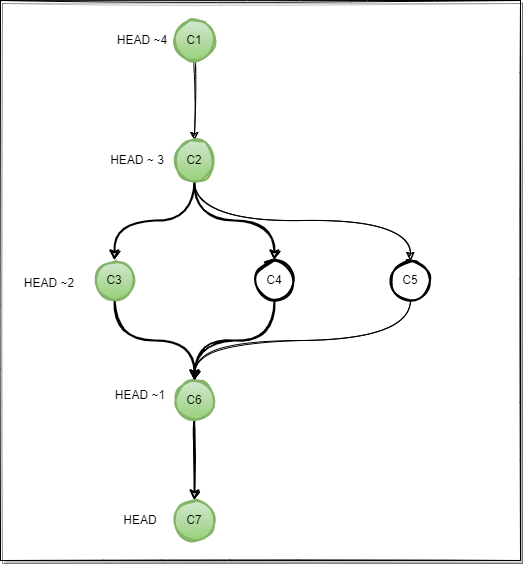
The draw.io diagram Assets/images/git-selectors-tilde.png in braboj/tutorial-git, before a commit. Source tidied: cells renumbered, new cells last; positions are measured from the earlier drawing's top-left corner, leaving out a move shared by most shapes. Source of this version:
```xml
<mxGraphModel>
  <root>
    <mxCell id="0" />
    <mxCell id="1" parent="0" />
    <mxCell id="2" style="whiteSpace=wrap;html=1;shadow=1;fillStyle=auto;sketch=1;" parent="1" vertex="1">
      <mxGeometry width="520" height="560" as="geometry" />
    </mxCell>
    <mxCell id="3" style="edgeStyle=orthogonalEdgeStyle;jettySize=auto;html=1;exitX=0.5;exitY=1;exitDx=0;exitDy=0;sketch=1;curved=1;" parent="1" edge="1" source="15" target="7">
      <mxGeometry relative="1" as="geometry" />
    </mxCell>
    <mxCell id="4" style="edgeStyle=orthogonalEdgeStyle;jettySize=auto;html=1;exitX=0.5;exitY=1;exitDx=0;exitDy=0;entryX=0.5;entryY=0;entryDx=0;entryDy=0;strokeWidth=2;sketch=1;curved=1;" parent="1" edge="1" source="7" target="11">
      <mxGeometry relative="1" as="geometry" />
    </mxCell>
    <mxCell id="5" style="edgeStyle=orthogonalEdgeStyle;jettySize=auto;html=1;entryX=0.5;entryY=0;entryDx=0;entryDy=0;exitX=0.5;exitY=1;exitDx=0;exitDy=0;strokeWidth=2;sketch=1;curved=1;" parent="1" edge="1" source="7" target="9">
      <mxGeometry relative="1" as="geometry" />
    </mxCell>
    <mxCell id="6" style="edgeStyle=orthogonalEdgeStyle;jettySize=auto;html=1;entryX=0.5;entryY=0;entryDx=0;entryDy=0;exitX=0.5;exitY=1;exitDx=0;exitDy=0;sketch=1;curved=1;" parent="1" edge="1" source="7" target="22">
      <mxGeometry relative="1" as="geometry" />
    </mxCell>
    <mxCell id="7" value="C2" style="ellipse;whiteSpace=wrap;html=1;strokeWidth=2;shadow=0;sketch=1;fillColor=#d5e8d4;gradientColor=#97d077;strokeColor=#82b366;" parent="1" vertex="1">
      <mxGeometry x="174" y="140" width="40" height="40" as="geometry" />
    </mxCell>
    <mxCell id="8" style="edgeStyle=orthogonalEdgeStyle;jettySize=auto;html=1;exitX=0.5;exitY=1;exitDx=0;exitDy=0;strokeWidth=2;sketch=1;curved=1;" parent="1" edge="1" source="9" target="13">
      <mxGeometry relative="1" as="geometry" />
    </mxCell>
    <mxCell id="9" value="C3" style="ellipse;whiteSpace=wrap;html=1;strokeWidth=2;sketch=1;fillColor=#d5e8d4;gradientColor=#97d077;strokeColor=#82b366;" parent="1" vertex="1">
      <mxGeometry x="94" y="260" width="40" height="40" as="geometry" />
    </mxCell>
    <mxCell id="10" style="edgeStyle=orthogonalEdgeStyle;jettySize=auto;html=1;exitX=0.5;exitY=1;exitDx=0;exitDy=0;strokeWidth=2;sketch=1;curved=1;" parent="1" edge="1" source="11">
      <mxGeometry relative="1" as="geometry">
        <mxPoint x="194" y="380" as="targetPoint" />
      </mxGeometry>
    </mxCell>
    <mxCell id="11" value="C4" style="ellipse;whiteSpace=wrap;html=1;strokeWidth=2;sketch=1;" parent="1" vertex="1">
      <mxGeometry x="254" y="260" width="40" height="40" as="geometry" />
    </mxCell>
    <mxCell id="12" style="edgeStyle=orthogonalEdgeStyle;jettySize=auto;html=1;strokeWidth=2;sketch=1;curved=1;" parent="1" edge="1" source="13" target="14">
      <mxGeometry relative="1" as="geometry" />
    </mxCell>
    <mxCell id="13" value="C6" style="ellipse;whiteSpace=wrap;html=1;strokeWidth=2;sketch=1;fillColor=#d5e8d4;gradientColor=#97d077;strokeColor=#82b366;" parent="1" vertex="1">
      <mxGeometry x="174" y="380" width="40" height="40" as="geometry" />
    </mxCell>
    <mxCell id="14" value="C7" style="ellipse;whiteSpace=wrap;html=1;strokeWidth=2;sketch=1;fillColor=#d5e8d4;gradientColor=#97d077;strokeColor=#82b366;" parent="1" vertex="1">
      <mxGeometry x="174" y="500" width="40" height="40" as="geometry" />
    </mxCell>
    <mxCell id="15" value="C1" style="ellipse;whiteSpace=wrap;html=1;strokeWidth=2;shadow=0;sketch=1;fillColor=#d5e8d4;gradientColor=#97d077;strokeColor=#82b366;" parent="1" vertex="1">
      <mxGeometry x="174" y="20" width="40" height="40" as="geometry" />
    </mxCell>
    <mxCell id="16" value="HEAD" style="text;html=1;strokeColor=none;fillColor=none;align=center;verticalAlign=middle;whiteSpace=wrap;sketch=1;" parent="1" vertex="1">
      <mxGeometry x="110" y="505" width="60" height="30" as="geometry" />
    </mxCell>
    <mxCell id="17" value="HEAD ~1" style="text;html=1;strokeColor=none;fillColor=none;align=center;verticalAlign=middle;whiteSpace=wrap;sketch=1;" parent="1" vertex="1">
      <mxGeometry x="110" y="380" width="60" height="30" as="geometry" />
    </mxCell>
    <mxCell id="18" value="HEAD ~2" style="text;html=1;strokeColor=none;fillColor=none;align=center;verticalAlign=middle;whiteSpace=wrap;sketch=1;" parent="1" vertex="1">
      <mxGeometry x="4" y="265" width="90" height="35" as="geometry" />
    </mxCell>
    <mxCell id="19" value="HEAD ~ 3" style="text;html=1;strokeColor=none;fillColor=none;align=center;verticalAlign=middle;whiteSpace=wrap;sketch=1;" parent="1" vertex="1">
      <mxGeometry x="100" y="145" width="74" height="30" as="geometry" />
    </mxCell>
    <mxCell id="20" value="HEAD ~4&lt;br&gt;" style="text;html=1;strokeColor=none;fillColor=none;align=center;verticalAlign=middle;whiteSpace=wrap;sketch=1;" parent="1" vertex="1">
      <mxGeometry x="110" y="30" width="64" height="20" as="geometry" />
    </mxCell>
    <mxCell id="21" style="edgeStyle=orthogonalEdgeStyle;jettySize=auto;html=1;entryX=0.5;entryY=0;entryDx=0;entryDy=0;sketch=1;curved=1;" parent="1" edge="1" source="22" target="13">
      <mxGeometry relative="1" as="geometry">
        <Array as="points">
          <mxPoint x="410" y="340" />
          <mxPoint x="194" y="340" />
        </Array>
      </mxGeometry>
    </mxCell>
    <mxCell id="22" value="C5" style="ellipse;whiteSpace=wrap;html=1;strokeWidth=2;sketch=1;" parent="1" vertex="1">
      <mxGeometry x="390" y="260" width="40" height="40" as="geometry" />
    </mxCell>
  </root>
</mxGraphModel>
```
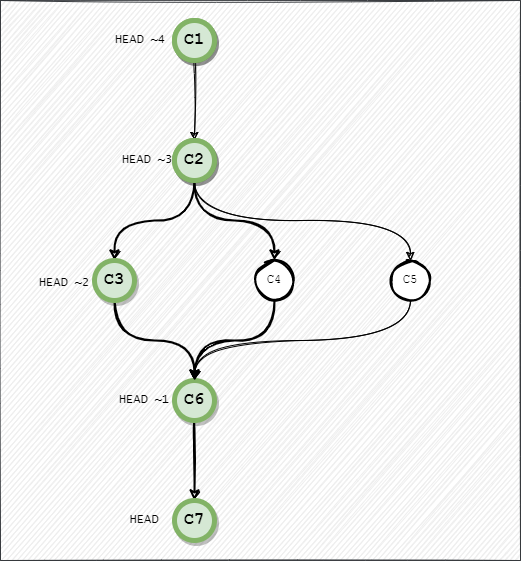
Above is the later version.

What changed in the source:
```diff
@@ -2,7 +2,7 @@
   <root>
     <mxCell id="0" />
     <mxCell id="1" parent="0" />
-    <mxCell id="2" style="whiteSpace=wrap;html=1;shadow=1;fillStyle=auto;sketch=1;" parent="1" vertex="1">
+    <mxCell id="2" style="whiteSpace=wrap;html=1;shadow=0;fillStyle=auto;sketch=1;fillColor=#EEEEEE;strokeColor=#36393d;" parent="1" vertex="1">
       <mxGeometry width="520" height="560" as="geometry" />
     </mxCell>
     <mxCell id="3" style="edgeStyle=orthogonalEdgeStyle;jettySize=auto;html=1;exitX=0.5;exitY=1;exitDx=0;exitDy=0;sketch=1;curved=1;" parent="1" edge="1" source="15" target="7">
@@ -17,13 +17,13 @@
     <mxCell id="6" style="edgeStyle=orthogonalEdgeStyle;jettySize=auto;html=1;entryX=0.5;entryY=0;entryDx=0;entryDy=0;exitX=0.5;exitY=1;exitDx=0;exitDy=0;sketch=1;curved=1;" parent="1" edge="1" source="7" target="22">
       <mxGeometry relative="1" as="geometry" />
     </mxCell>
-    <mxCell id="7" value="C2" style="ellipse;whiteSpace=wrap;html=1;strokeWidth=2;shadow=0;sketch=1;fillColor=#d5e8d4;gradientColor=#97d077;strokeColor=#82b366;" parent="1" vertex="1">
+    <mxCell id="7" value="C2" style="ellipse;whiteSpace=wrap;html=1;strokeWidth=5;shadow=1;sketch=0;fillColor=#d5e8d4;strokeColor=#82b366;" parent="1" vertex="1">
       <mxGeometry x="174" y="140" width="40" height="40" as="geometry" />
     </mxCell>
     <mxCell id="8" style="edgeStyle=orthogonalEdgeStyle;jettySize=auto;html=1;exitX=0.5;exitY=1;exitDx=0;exitDy=0;strokeWidth=2;sketch=1;curved=1;" parent="1" edge="1" source="9" target="13">
       <mxGeometry relative="1" as="geometry" />
     </mxCell>
-    <mxCell id="9" value="C3" style="ellipse;whiteSpace=wrap;html=1;strokeWidth=2;sketch=1;fillColor=#d5e8d4;gradientColor=#97d077;strokeColor=#82b366;" parent="1" vertex="1">
+    <mxCell id="9" value="C3" style="ellipse;whiteSpace=wrap;html=1;strokeWidth=5;sketch=0;fillColor=#d5e8d4;strokeColor=#82b366;shadow=1;fontSize=17;fontStyle=1;fontFamily=Courier New;" parent="1" vertex="1">
       <mxGeometry x="94" y="260" width="40" height="40" as="geometry" />
     </mxCell>
     <mxCell id="10" style="edgeStyle=orthogonalEdgeStyle;jettySize=auto;html=1;exitX=0.5;exitY=1;exitDx=0;exitDy=0;strokeWidth=2;sketch=1;curved=1;" parent="1" edge="1" source="11">
@@ -31,35 +31,35 @@
         <mxPoint x="194" y="380" as="targetPoint" />
       </mxGeometry>
     </mxCell>
-    <mxCell id="11" value="C4" style="ellipse;whiteSpace=wrap;html=1;strokeWidth=2;sketch=1;" parent="1" vertex="1">
+    <mxCell id="11" value="C4" style="ellipse;whiteSpace=wrap;html=1;strokeWidth=2;sketch=1;fontFamily=Courier New;" parent="1" vertex="1">
       <mxGeometry x="254" y="260" width="40" height="40" as="geometry" />
     </mxCell>
     <mxCell id="12" style="edgeStyle=orthogonalEdgeStyle;jettySize=auto;html=1;strokeWidth=2;sketch=1;curved=1;" parent="1" edge="1" source="13" target="14">
       <mxGeometry relative="1" as="geometry" />
     </mxCell>
-    <mxCell id="13" value="C6" style="ellipse;whiteSpace=wrap;html=1;strokeWidth=2;sketch=1;fillColor=#d5e8d4;gradientColor=#97d077;strokeColor=#82b366;" parent="1" vertex="1">
+    <mxCell id="13" value="C6" style="ellipse;whiteSpace=wrap;html=1;strokeWidth=5;sketch=0;fillColor=#d5e8d4;strokeColor=#82b366;shadow=1;fontSize=17;fontStyle=1;fontFamily=Courier New;" parent="1" vertex="1">
       <mxGeometry x="174" y="380" width="40" height="40" as="geometry" />
     </mxCell>
-    <mxCell id="14" value="C7" style="ellipse;whiteSpace=wrap;html=1;strokeWidth=2;sketch=1;fillColor=#d5e8d4;gradientColor=#97d077;strokeColor=#82b366;" parent="1" vertex="1">
+    <mxCell id="14" value="C7" style="ellipse;whiteSpace=wrap;html=1;strokeWidth=5;sketch=0;fillColor=#d5e8d4;strokeColor=#82b366;shadow=1;fontSize=17;fontStyle=1;fontFamily=Courier New;" parent="1" vertex="1">
       <mxGeometry x="174" y="500" width="40" height="40" as="geometry" />
     </mxCell>
-    <mxCell id="15" value="C1" style="ellipse;whiteSpace=wrap;html=1;strokeWidth=2;shadow=0;sketch=1;fillColor=#d5e8d4;gradientColor=#97d077;strokeColor=#82b366;" parent="1" vertex="1">
+    <mxCell id="15" value="C1" style="ellipse;whiteSpace=wrap;html=1;strokeWidth=5;shadow=1;sketch=0;fillColor=#d5e8d4;strokeColor=#82b366;" parent="1" vertex="1">
       <mxGeometry x="174" y="20" width="40" height="40" as="geometry" />
     </mxCell>
-    <mxCell id="16" value="HEAD" style="text;html=1;strokeColor=none;fillColor=none;align=center;verticalAlign=middle;whiteSpace=wrap;sketch=1;" parent="1" vertex="1">
-      <mxGeometry x="110" y="505" width="60" height="30" as="geometry" />
+    <mxCell id="16" value="HEAD" style="text;html=1;strokeColor=none;fillColor=none;align=center;verticalAlign=middle;whiteSpace=wrap;sketch=1;fontFamily=Lucida Console;" parent="1" vertex="1">
+      <mxGeometry x="114" y="505" width="60" height="30" as="geometry" />
     </mxCell>
-    <mxCell id="17" value="HEAD ~1" style="text;html=1;strokeColor=none;fillColor=none;align=center;verticalAlign=middle;whiteSpace=wrap;sketch=1;" parent="1" vertex="1">
-      <mxGeometry x="110" y="380" width="60" height="30" as="geometry" />
+    <mxCell id="17" value="HEAD ~1" style="text;html=1;strokeColor=none;fillColor=none;align=center;verticalAlign=middle;whiteSpace=wrap;sketch=1;fontFamily=Lucida Console;" parent="1" vertex="1">
+      <mxGeometry x="114" y="385" width="60" height="30" as="geometry" />
     </mxCell>
-    <mxCell id="18" value="HEAD ~2" style="text;html=1;strokeColor=none;fillColor=none;align=center;verticalAlign=middle;whiteSpace=wrap;sketch=1;" parent="1" vertex="1">
-      <mxGeometry x="4" y="265" width="90" height="35" as="geometry" />
+    <mxCell id="18" value="HEAD ~2" style="text;html=1;strokeColor=none;fillColor=none;align=center;verticalAlign=middle;whiteSpace=wrap;sketch=1;fontFamily=Lucida Console;" parent="1" vertex="1">
+      <mxGeometry x="34" y="265" width="60" height="35" as="geometry" />
     </mxCell>
-    <mxCell id="19" value="HEAD ~ 3" style="text;html=1;strokeColor=none;fillColor=none;align=center;verticalAlign=middle;whiteSpace=wrap;sketch=1;" parent="1" vertex="1">
-      <mxGeometry x="100" y="145" width="74" height="30" as="geometry" />
+    <mxCell id="19" value="HEAD ~3" style="text;html=1;strokeColor=none;fillColor=none;align=center;verticalAlign=middle;whiteSpace=wrap;sketch=1;fontFamily=Lucida Console;" parent="1" vertex="1">
+      <mxGeometry x="120" y="145" width="54" height="30" as="geometry" />
     </mxCell>
-    <mxCell id="20" value="HEAD ~4&lt;br&gt;" style="text;html=1;strokeColor=none;fillColor=none;align=center;verticalAlign=middle;whiteSpace=wrap;sketch=1;" parent="1" vertex="1">
-      <mxGeometry x="110" y="30" width="64" height="20" as="geometry" />
+    <mxCell id="20" value="HEAD ~4&lt;br&gt;" style="text;html=1;strokeColor=none;fillColor=none;align=center;verticalAlign=middle;whiteSpace=wrap;sketch=1;fontFamily=Lucida Console;" parent="1" vertex="1">
+      <mxGeometry x="110" y="30" width="60" height="20" as="geometry" />
     </mxCell>
     <mxCell id="21" style="edgeStyle=orthogonalEdgeStyle;jettySize=auto;html=1;entryX=0.5;entryY=0;entryDx=0;entryDy=0;sketch=1;curved=1;" parent="1" edge="1" source="22" target="13">
       <mxGeometry relative="1" as="geometry">
@@ -69,8 +69,14 @@
         </Array>
       </mxGeometry>
     </mxCell>
-    <mxCell id="22" value="C5" style="ellipse;whiteSpace=wrap;html=1;strokeWidth=2;sketch=1;" parent="1" vertex="1">
+    <mxCell id="22" value="C5" style="ellipse;whiteSpace=wrap;html=1;strokeWidth=2;sketch=1;fontFamily=Courier New;" parent="1" vertex="1">
       <mxGeometry x="390" y="260" width="40" height="40" as="geometry" />
     </mxCell>
+    <mxCell id="23" value="C1" style="ellipse;whiteSpace=wrap;html=1;strokeWidth=5;shadow=1;sketch=0;fillColor=#d5e8d4;strokeColor=#82b366;fontSize=17;fontStyle=1;fontFamily=Courier New;" parent="1" vertex="1">
+      <mxGeometry x="174" y="20" width="40" height="40" as="geometry" />
+    </mxCell>
+    <mxCell id="24" value="C2" style="ellipse;whiteSpace=wrap;html=1;strokeWidth=5;shadow=1;sketch=0;fillColor=#d5e8d4;strokeColor=#82b366;fontSize=17;fontStyle=1;fontFamily=Courier New;" parent="1" vertex="1">
+      <mxGeometry x="174" y="140" width="40" height="40" as="geometry" />
+    </mxCell>
   </root>
 </mxGraphModel>
```
